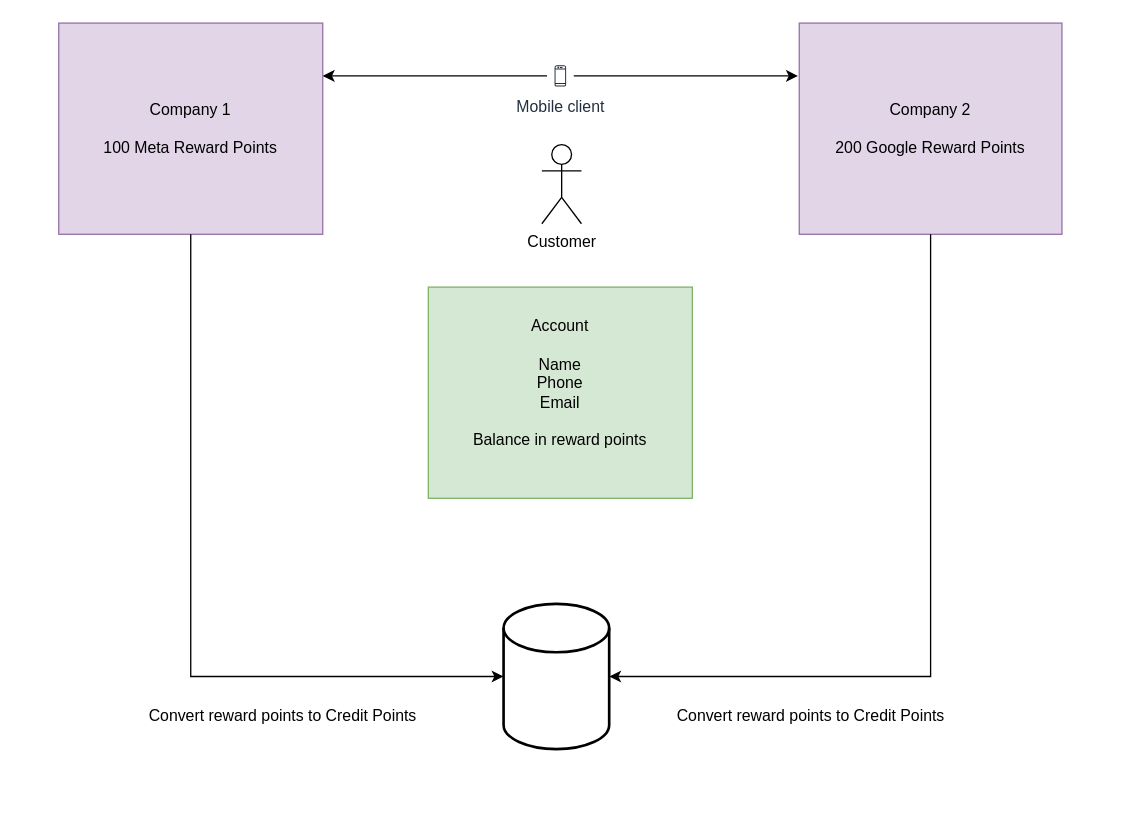
Earlier version of the draw.io diagram Design/Untitled Diagram.drawio (sijan-acharya1/Credit-Points). Source tidied: cells renumbered, new cells numbered last; positions are measured from the earlier drawing's top-left corner, leaving out a move shared by most shapes. Both pictures are drawn from the tidied source at 132%, with x=0, y=0 at pixel (58, 22).
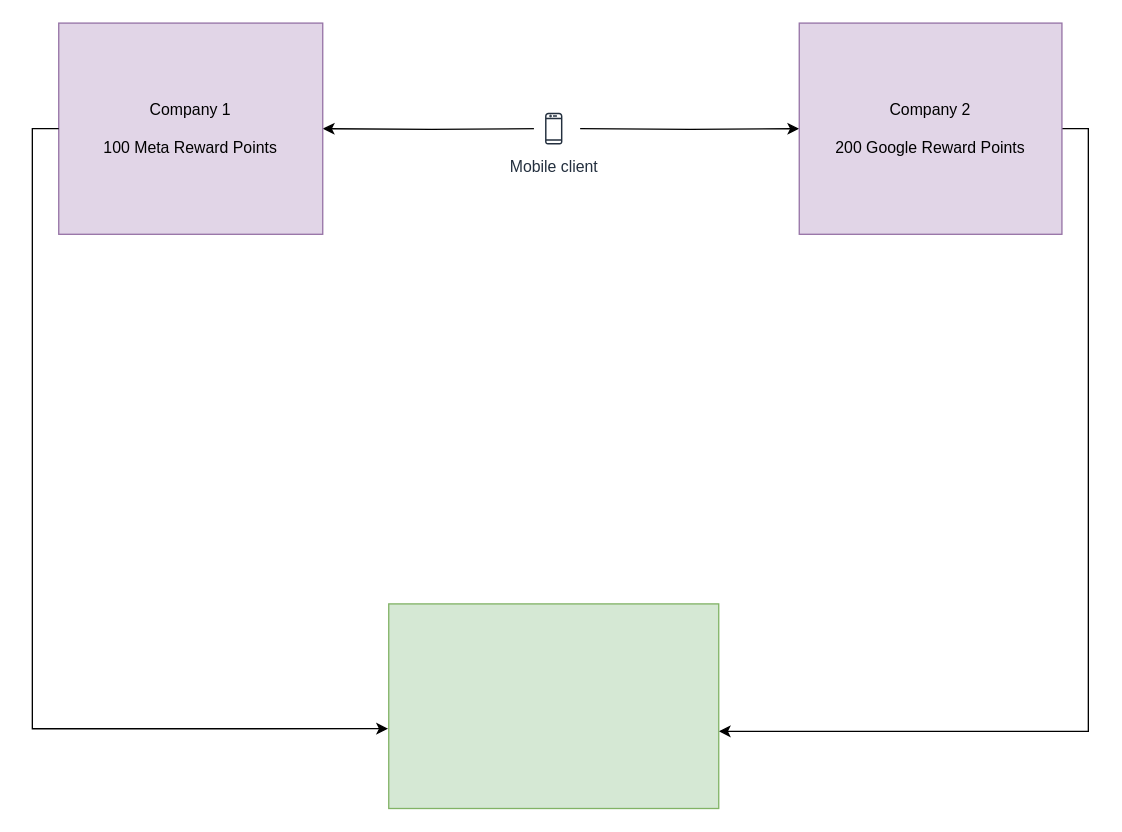
After the change.

What changed in the source:
```diff
@@
 <mxGraphModel>
   <root>
     <mxCell id="0" />
     <mxCell id="1" parent="0" />
-    <mxCell id="2" value="Customer" style="shape=umlActor;verticalLabelPosition=bottom;verticalAlign=top;html=1;" parent="1" vertex="1">
-      <mxGeometry x="366" y="92" width="30" height="60" as="geometry" />
-    </mxCell>
+    <mxCell id="14" style="edgeStyle=orthogonalEdgeStyle;rounded=0;jettySize=auto;html=1;exitX=0;exitY=0.3333333333333333;exitDx=0;exitDy=0;exitPerimeter=0;entryX=1;entryY=0.5;entryDx=0;entryDy=0;" parent="1" edge="1" target="3">
+      <mxGeometry relative="1" as="geometry">
+        <mxPoint x="365" y="80" as="sourcePoint" />
+      </mxGeometry>
+    </mxCell>
+    <mxCell id="15" style="edgeStyle=orthogonalEdgeStyle;rounded=0;jettySize=auto;html=1;exitX=1;exitY=0.3333333333333333;exitDx=0;exitDy=0;exitPerimeter=0;entryX=0;entryY=0.5;entryDx=0;entryDy=0;" parent="1" edge="1" target="5">
+      <mxGeometry relative="1" as="geometry">
+        <mxPoint x="395" y="80" as="sourcePoint" />
+      </mxGeometry>
+    </mxCell>
     <mxCell id="3" value="Company 1&lt;div&gt;&lt;br&gt;&lt;/div&gt;&lt;div&gt;100 Meta Reward Points&lt;/div&gt;" style="rounded=0;whiteSpace=wrap;html=1;fillColor=#e1d5e7;strokeColor=#9673a6;" parent="1" vertex="1">
       <mxGeometry width="200" height="160" as="geometry" />
     </mxCell>
-    <mxCell id="4" style="strokeWidth=2;html=1;shape=mxgraph.flowchart.database;whiteSpace=wrap;" parent="1" vertex="1">
-      <mxGeometry x="337" y="440" width="80" height="110" as="geometry" />
-    </mxCell>
+    <mxCell id="16" style="edgeStyle=orthogonalEdgeStyle;rounded=0;jettySize=auto;html=1;exitX=1;exitY=0.5;exitDx=0;exitDy=0;entryX=1;entryY=0.623;entryDx=0;entryDy=0;entryPerimeter=0;" parent="1" edge="1" source="5" target="10">
+      <mxGeometry relative="1" as="geometry" />
+    </mxCell>
     <mxCell id="5" value="Company 2&lt;div&gt;&lt;br&gt;&lt;/div&gt;&lt;div&gt;200 Google Reward Points&lt;/div&gt;" style="rounded=0;whiteSpace=wrap;html=1;fillColor=#e1d5e7;strokeColor=#9673a6;" parent="1" vertex="1">
       <mxGeometry x="561" width="199" height="160" as="geometry" />
     </mxCell>
-    <mxCell id="6" value="Convert reward points to Credit Points" style="text;html=1;align=center;verticalAlign=middle;whiteSpace=wrap;rounded=0;" parent="1" vertex="1">
-      <mxGeometry x="60" y="510" width="220" height="30" as="geometry" />
-    </mxCell>
-    <mxCell id="7" value="Convert reward points to Credit Points" style="text;html=1;align=center;verticalAlign=middle;whiteSpace=wrap;rounded=0;" parent="1" vertex="1">
-      <mxGeometry x="460" y="510" width="220" height="30" as="geometry" />
-    </mxCell>
-    <mxCell id="8" style="edgeStyle=orthogonalEdgeStyle;rounded=0;jettySize=auto;html=1;exitX=0.5;exitY=1;exitDx=0;exitDy=0;entryX=0;entryY=0.5;entryDx=0;entryDy=0;entryPerimeter=0;" parent="1" edge="1" source="3" target="4">
+    <mxCell id="8" style="edgeStyle=orthogonalEdgeStyle;rounded=0;jettySize=auto;html=1;exitX=0;exitY=0.5;exitDx=0;exitDy=0;entryX=-0.002;entryY=0.61;entryDx=0;entryDy=0;entryPerimeter=0;" parent="1" edge="1" source="3" target="10">
       <mxGeometry relative="1" as="geometry" />
     </mxCell>
-    <mxCell id="9" style="edgeStyle=orthogonalEdgeStyle;rounded=0;jettySize=auto;html=1;exitX=0.5;exitY=1;exitDx=0;exitDy=0;entryX=1;entryY=0.5;entryDx=0;entryDy=0;entryPerimeter=0;" parent="1" edge="1" source="5" target="4">
-      <mxGeometry relative="1" as="geometry" />
-    </mxCell>
-    <mxCell id="10" value="Account&lt;div&gt;&lt;br&gt;&lt;/div&gt;&lt;div&gt;Name&lt;/div&gt;&lt;div&gt;Phone&lt;/div&gt;&lt;div&gt;Email&lt;/div&gt;&lt;div&gt;&lt;br&gt;&lt;/div&gt;&lt;div&gt;Balance in reward points&lt;/div&gt;&lt;div&gt;&lt;br&gt;&lt;/div&gt;" style="rounded=0;whiteSpace=wrap;html=1;fillColor=#d5e8d4;strokeColor=#82b366;" parent="1" vertex="1">
-      <mxGeometry x="280" y="200" width="200" height="160" as="geometry" />
+    <mxCell id="10" style="rounded=0;whiteSpace=wrap;html=1;fillColor=#d5e8d4;strokeColor=#82b366;" parent="1" vertex="1">
+      <mxGeometry x="250" y="440" width="250" height="155" as="geometry" />
     </mxCell>
-    <mxCell id="11" style="edgeStyle=orthogonalEdgeStyle;rounded=0;jettySize=auto;html=1;" parent="1" edge="1" source="13">
-      <mxGeometry relative="1" as="geometry">
-        <mxPoint x="560" y="40" as="targetPoint" />
-      </mxGeometry>
-    </mxCell>
-    <mxCell id="12" style="edgeStyle=orthogonalEdgeStyle;rounded=0;jettySize=auto;html=1;entryX=1;entryY=0.25;entryDx=0;entryDy=0;" parent="1" edge="1" source="13" target="3">
-      <mxGeometry relative="1" as="geometry" />
-    </mxCell>
     <mxCell id="13" value="Mobile client" style="sketch=0;outlineConnect=0;fontColor=#232F3E;gradientColor=none;strokeColor=#232F3E;fillColor=#ffffff;dashed=0;verticalLabelPosition=bottom;verticalAlign=top;align=center;html=1;fontSize=12;fontStyle=0;shape=mxgraph.aws4.resourceIcon;resIcon=mxgraph.aws4.mobile_client;" parent="1" vertex="1">
-      <mxGeometry x="370" y="30" width="20" height="20" as="geometry" />
+      <mxGeometry x="360" y="65" width="30" height="30" as="geometry" />
     </mxCell>
   </root>
 </mxGraphModel>
```
